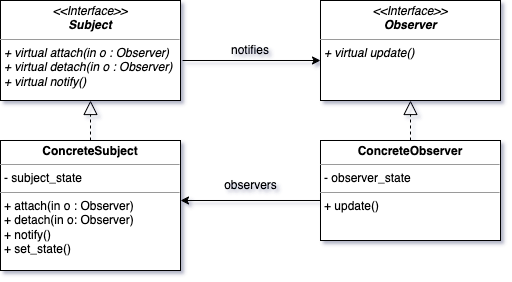
cmbrandt/cxx-fundamentals keeps this draw.io diagram as img/observer.png. Above is the earlier version. Source tidied: cells renumbered, new cells last; positions are measured from the earlier drawing's top-left corner, leaving out a move shared by most shapes.
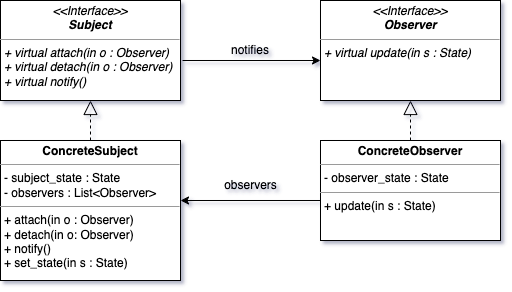
Above is the later version.

The edit, as a diff of the source:
```diff
@@ -2,16 +2,16 @@
   <root>
     <mxCell id="0" />
     <mxCell id="1" parent="0" />
-    <mxCell id="2" value="&lt;p style=&quot;margin:0px;margin-top:4px;text-align:center;&quot;&gt;&lt;i&gt;&amp;lt;&amp;lt;Interface&amp;gt;&amp;gt;&lt;/i&gt;&lt;br&gt;&lt;b&gt;&lt;i&gt;Observer&lt;/i&gt;&lt;/b&gt;&lt;/p&gt;&lt;hr size=&quot;1&quot;&gt;&lt;p style=&quot;margin:0px;margin-left:4px;&quot;&gt;&lt;/p&gt;&lt;p style=&quot;margin:0px;margin-left:4px;&quot;&gt;&lt;i&gt;+ virtual update()&lt;/i&gt;&lt;br&gt;&lt;/p&gt;" style="verticalAlign=top;align=left;overflow=fill;fontSize=12;fontFamily=Helvetica;html=1;whiteSpace=wrap;" parent="1" vertex="1">
+    <mxCell id="2" value="&lt;p style=&quot;margin:0px;margin-top:4px;text-align:center;&quot;&gt;&lt;i&gt;&amp;lt;&amp;lt;Interface&amp;gt;&amp;gt;&lt;/i&gt;&lt;br&gt;&lt;b&gt;&lt;i&gt;Observer&lt;/i&gt;&lt;/b&gt;&lt;/p&gt;&lt;hr size=&quot;1&quot;&gt;&lt;p style=&quot;margin:0px;margin-left:4px;&quot;&gt;&lt;/p&gt;&lt;p style=&quot;margin:0px;margin-left:4px;&quot;&gt;&lt;i&gt;+ virtual update(in s : State)&lt;/i&gt;&lt;br&gt;&lt;/p&gt;" style="verticalAlign=top;align=left;overflow=fill;fontSize=12;fontFamily=Helvetica;html=1;whiteSpace=wrap;" parent="1" vertex="1">
       <mxGeometry x="320" width="180" height="100" as="geometry" />
     </mxCell>
     <mxCell id="3" value="&lt;p style=&quot;margin:0px;margin-top:4px;text-align:center;&quot;&gt;&lt;i&gt;&amp;lt;&amp;lt;Interface&amp;gt;&amp;gt;&lt;/i&gt;&lt;br&gt;&lt;b&gt;&lt;i&gt;Subject&lt;/i&gt;&lt;/b&gt;&lt;/p&gt;&lt;hr size=&quot;1&quot;&gt;&lt;p style=&quot;margin:0px;margin-left:4px;&quot;&gt;&lt;/p&gt;&lt;p style=&quot;margin:0px;margin-left:4px;&quot;&gt;&lt;i&gt;+ virtual attach(in o : Observer)&lt;br&gt;+ virtual detach(in o : Observer)&lt;/i&gt;&lt;/p&gt;&lt;p style=&quot;margin:0px;margin-left:4px;&quot;&gt;&lt;i&gt;+ virtual notify()&lt;/i&gt;&lt;/p&gt;" style="verticalAlign=top;align=left;overflow=fill;fontSize=12;fontFamily=Helvetica;html=1;whiteSpace=wrap;" parent="1" vertex="1">
       <mxGeometry width="180" height="100" as="geometry" />
     </mxCell>
-    <mxCell id="4" value="&lt;p style=&quot;margin:0px;margin-top:4px;text-align:center;&quot;&gt;&lt;b&gt;ConcreteSubject&lt;/b&gt;&lt;/p&gt;&lt;hr size=&quot;1&quot;&gt;&lt;p style=&quot;margin:0px;margin-left:4px;&quot;&gt;- subject_state&lt;/p&gt;&lt;hr size=&quot;1&quot;&gt;&lt;p style=&quot;margin:0px;margin-left:4px;&quot;&gt;+ attach(in o : Observer)&lt;/p&gt;&lt;p style=&quot;margin:0px;margin-left:4px;&quot;&gt;+ detach(in o: Observer)&lt;/p&gt;&lt;p style=&quot;margin:0px;margin-left:4px;&quot;&gt;+ notify()&lt;/p&gt;&lt;p style=&quot;margin:0px;margin-left:4px;&quot;&gt;+ set_state()&lt;/p&gt;" style="verticalAlign=top;align=left;overflow=fill;fontSize=12;fontFamily=Helvetica;html=1;whiteSpace=wrap;" parent="1" vertex="1">
-      <mxGeometry y="140" width="180" height="130" as="geometry" />
+    <mxCell id="4" value="&lt;p style=&quot;margin:0px;margin-top:4px;text-align:center;&quot;&gt;&lt;b&gt;ConcreteSubject&lt;/b&gt;&lt;/p&gt;&lt;hr size=&quot;1&quot;&gt;&lt;p style=&quot;margin:0px;margin-left:4px;&quot;&gt;- subject_state : State&lt;/p&gt;&lt;p style=&quot;margin:0px;margin-left:4px;&quot;&gt;- observers : List&amp;lt;Observer&amp;gt;&lt;/p&gt;&lt;hr size=&quot;1&quot;&gt;&lt;p style=&quot;margin:0px;margin-left:4px;&quot;&gt;+ attach(in o : Observer)&lt;/p&gt;&lt;p style=&quot;margin:0px;margin-left:4px;&quot;&gt;+ detach(in o: Observer)&lt;/p&gt;&lt;p style=&quot;margin:0px;margin-left:4px;&quot;&gt;+ notify()&lt;/p&gt;&lt;p style=&quot;margin:0px;margin-left:4px;&quot;&gt;+ set_state(in s : State)&lt;/p&gt;" style="verticalAlign=top;align=left;overflow=fill;fontSize=12;fontFamily=Helvetica;html=1;whiteSpace=wrap;" parent="1" vertex="1">
+      <mxGeometry y="140" width="180" height="140" as="geometry" />
     </mxCell>
-    <mxCell id="5" value="&lt;p style=&quot;margin:0px;margin-top:4px;text-align:center;&quot;&gt;&lt;b&gt;ConcreteObserver&lt;/b&gt;&lt;/p&gt;&lt;hr size=&quot;1&quot;&gt;&lt;p style=&quot;margin:0px;margin-left:4px;&quot;&gt;- observer_state&lt;/p&gt;&lt;hr size=&quot;1&quot;&gt;&lt;p style=&quot;margin:0px;margin-left:4px;&quot;&gt;+ update()&lt;/p&gt;" style="verticalAlign=top;align=left;overflow=fill;fontSize=12;fontFamily=Helvetica;html=1;whiteSpace=wrap;" parent="1" vertex="1">
+    <mxCell id="5" value="&lt;p style=&quot;margin:0px;margin-top:4px;text-align:center;&quot;&gt;&lt;b&gt;ConcreteObserver&lt;/b&gt;&lt;/p&gt;&lt;hr size=&quot;1&quot;&gt;&lt;p style=&quot;margin:0px;margin-left:4px;&quot;&gt;- observer_state : State&lt;/p&gt;&lt;hr size=&quot;1&quot;&gt;&lt;p style=&quot;margin:0px;margin-left:4px;&quot;&gt;+ update(in s : State)&lt;/p&gt;" style="verticalAlign=top;align=left;overflow=fill;fontSize=12;fontFamily=Helvetica;html=1;whiteSpace=wrap;" parent="1" vertex="1">
       <mxGeometry x="320" y="140" width="180" height="100" as="geometry" />
     </mxCell>
     <mxCell id="6" style="edgeStyle=orthogonalEdgeStyle;rounded=0;orthogonalLoop=1;jettySize=auto;html=1;exitX=0.5;exitY=1;exitDx=0;exitDy=0;" parent="1" edge="1" source="5" target="5">
```
